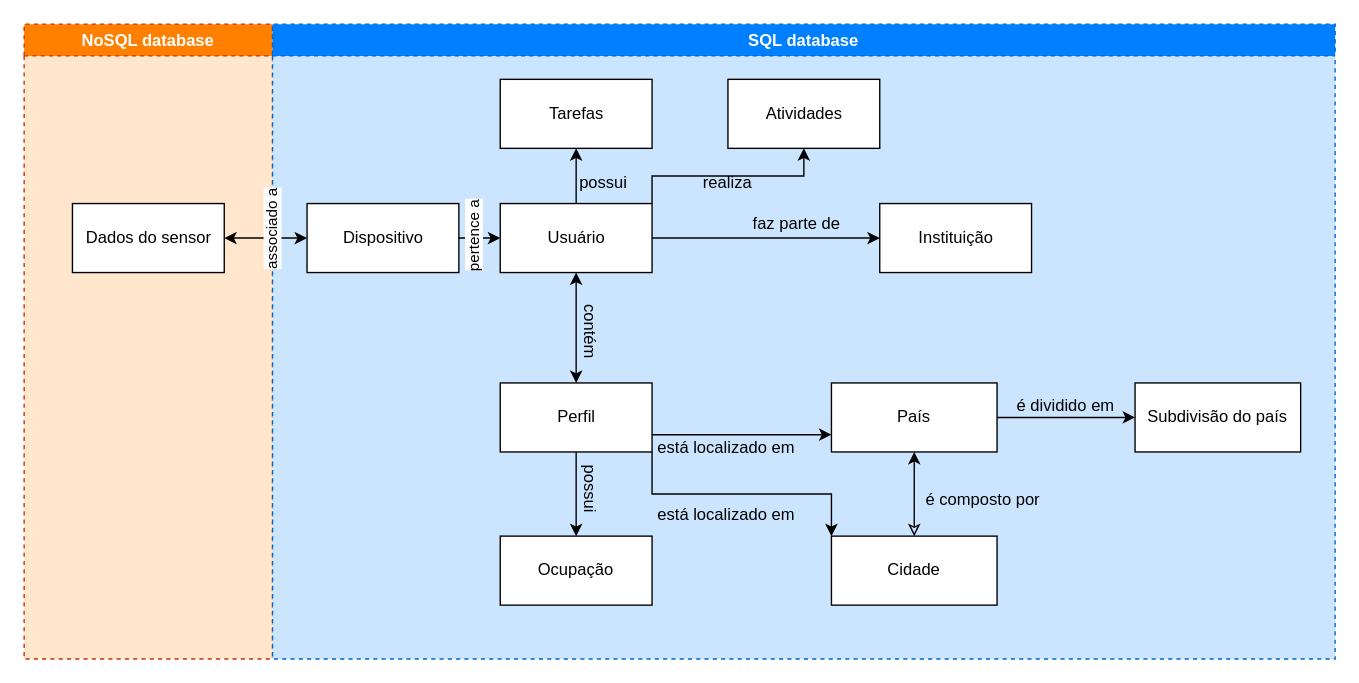
julianaclp/tcc-diagrams keeps this draw.io diagram as conceptual data model.drawio. Above is the earlier version. Source tidied: cells renumbered, new cells numbered last; positions are measured from the earlier drawing's top-left corner, leaving out a move shared by most shapes. Both pictures are drawn from the tidied source at 138%, with x=0, y=0 at pixel (23, 23).
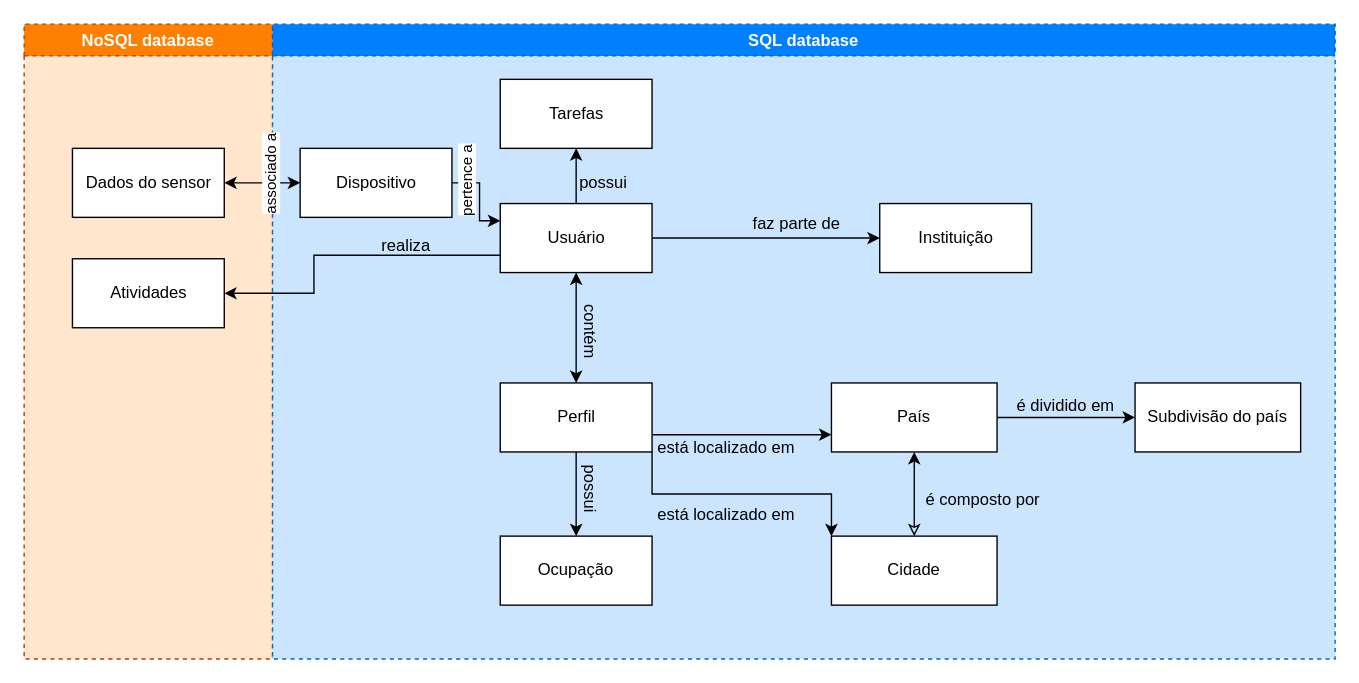
The same page after the edit.

Unchanged cells that the change refers to:
```xml
<mxCell id="2" value="NoSQL database" style="swimlane;dashed=1;fillColor=#FF8000;strokeColor=#C73500;fontColor=#FFFFFF;swimlaneFillColor=#FFE6CC;" parent="1" vertex="1">
  <mxGeometry width="180" height="460" as="geometry" />
</mxCell>
<mxCell id="4" value="SQL database" style="swimlane;dashed=1;fillColor=#007FFF;fontColor=#ffffff;strokeColor=#0066CC;swimlaneFillColor=#CCE5FF;" parent="1" vertex="1">
  <mxGeometry x="180" width="770" height="460" as="geometry" />
</mxCell>
<mxCell id="13" value="Usuário" style="html=1;" parent="4" vertex="1">
  <mxGeometry x="165" y="130" width="110" height="50" as="geometry" />
</mxCell>
```

What changed in the source:
```diff
@@
     <mxCell id="3" value="Dados do sensor" style="html=1;" parent="2" vertex="1">
-      <mxGeometry x="35" y="130" width="110" height="50" as="geometry" />
+      <mxGeometry x="35" y="90" width="110" height="50" as="geometry" />
     </mxCell>
+    <mxCell id="33" value="Atividades" style="html=1;" parent="2" vertex="1">
+      <mxGeometry x="35" y="170" width="110" height="50" as="geometry" />
+    </mxCell>
@@
-    <mxCell id="25" style="edgeStyle=orthogonalEdgeStyle;rounded=0;jettySize=auto;html=1;" parent="4" edge="1" source="26" target="13">
+    <mxCell id="25" style="edgeStyle=orthogonalEdgeStyle;rounded=0;jettySize=auto;html=1;entryX=0;entryY=0.25;entryDx=0;entryDy=0;" parent="4" edge="1" source="26" target="13">
       <mxGeometry relative="1" as="geometry" />
     </mxCell>
     <mxCell id="26" value="Dispositivo" style="html=1;" parent="4" vertex="1">
-      <mxGeometry x="25" y="130" width="110" height="50" as="geometry" />
+      <mxGeometry x="20" y="90" width="110" height="50" as="geometry" />
     </mxCell>
     <mxCell id="27" value="pertence a" style="edgeLabel;html=1;align=center;verticalAlign=middle;rotation=-90;" parent="4" vertex="1">
-      <mxGeometry x="145" y="155" as="geometry" />
+      <mxGeometry x="140" y="115" as="geometry" />
     </mxCell>
@@
-    <mxCell id="31" style="edgeStyle=orthogonalEdgeStyle;rounded=0;jettySize=auto;html=1;exitX=1;exitY=0;exitDx=0;exitDy=0;" parent="4" edge="1" source="13" target="33">
-      <mxGeometry relative="1" as="geometry" />
-    </mxCell>
@@
-    <mxCell id="33" value="Atividades" style="html=1;" parent="4" vertex="1">
-      <mxGeometry x="330" y="40" width="110" height="50" as="geometry" />
-    </mxCell>
     <mxCell id="34" value="&lt;font color=&quot;#000000&quot;&gt;realiza&lt;br&gt;&lt;/font&gt;" style="text;html=1;strokeColor=none;fillColor=none;align=center;verticalAlign=middle;whiteSpace=wrap;rounded=0;fontColor=#FFFFFF;" parent="4" vertex="1">
-      <mxGeometry x="280" y="100" width="100" height="30" as="geometry" />
+      <mxGeometry x="47" y="146" width="100" height="30" as="geometry" />
     </mxCell>
@@
+    <mxCell id="31" style="edgeStyle=orthogonalEdgeStyle;rounded=0;jettySize=auto;html=1;exitX=0;exitY=0.75;exitDx=0;exitDy=0;" parent="1" edge="1" source="13" target="33">
+      <mxGeometry relative="1" as="geometry">
+        <Array as="points">
+          <mxPoint x="210" y="168" />
+          <mxPoint x="210" y="195" />
+        </Array>
+      </mxGeometry>
+    </mxCell>
```
